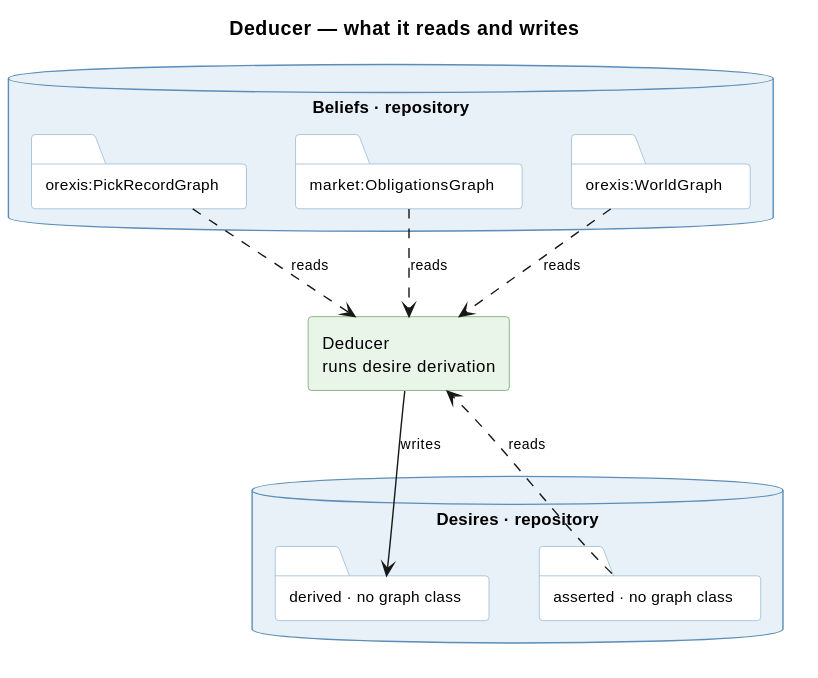
Above: knowledge/diagrams/service-deducer.svg in ShishkinDmitriy/orexis (PlantUML), before the change.
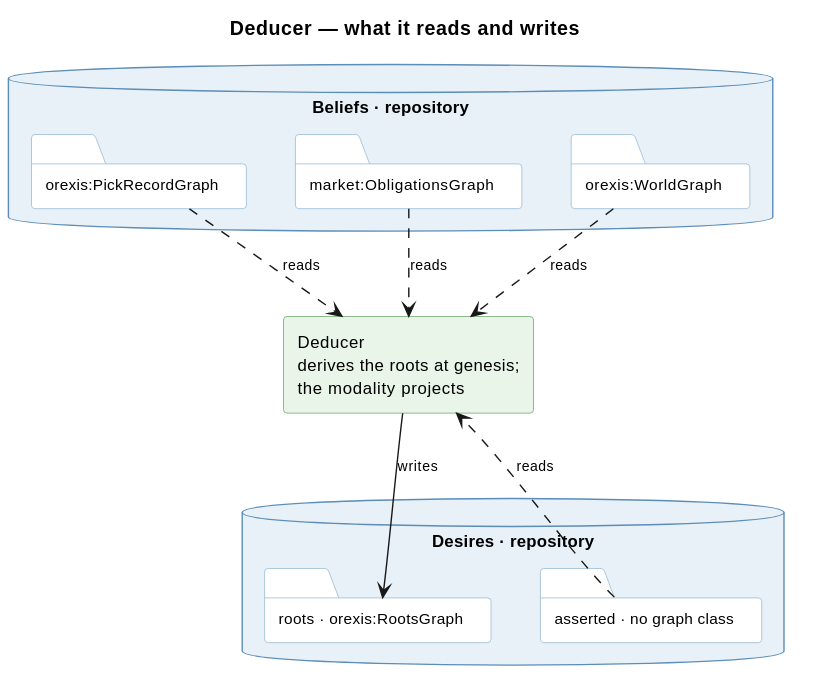
Later version of the same file.

Change to the diagram source:
```diff
@@ -29,10 +29,10 @@
 
 database "Desires · repository" as DES {
   folder "asserted · no graph class" as DA
-  folder "derived · no graph class" as DD
+  folder "roots · orexis:RootsGraph" as DD
 }
 
-component "Deducer\nruns desire derivation" as DB
+component "Deducer\nderives the roots at genesis;\nthe modality projects" as DB
 
 
 P ..> DB : reads
```
